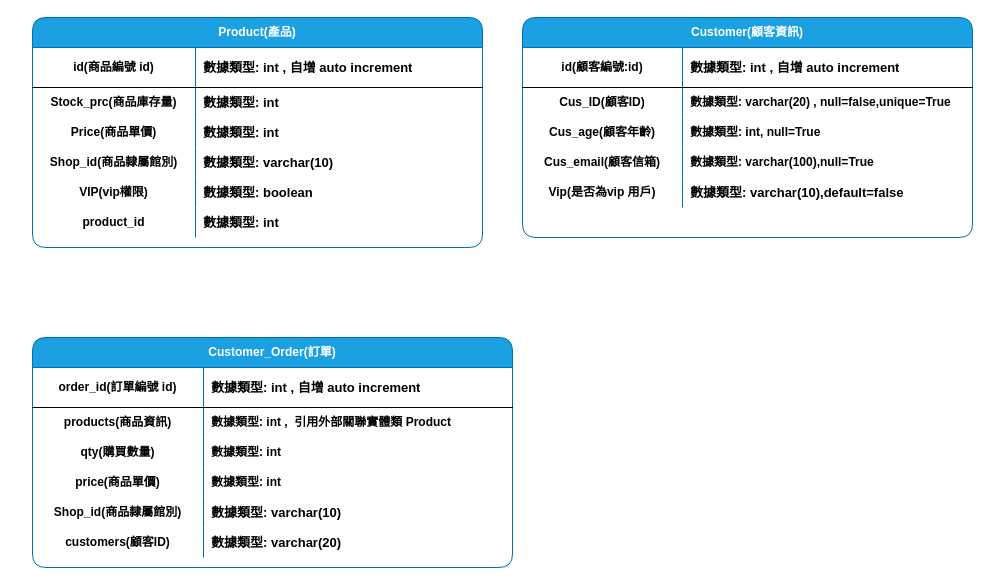
The draw.io diagram Product_Ur/Product_info/product_table.drawio in Allenhsu8768/Django-Ur, before the edit. Source tidied: cells renumbered, new cells numbered last; positions are measured from the earlier drawing's top-left corner, leaving out a move shared by most shapes. Both pictures are drawn from the tidied source at 100%, with x=0, y=0 at pixel (32, 17).
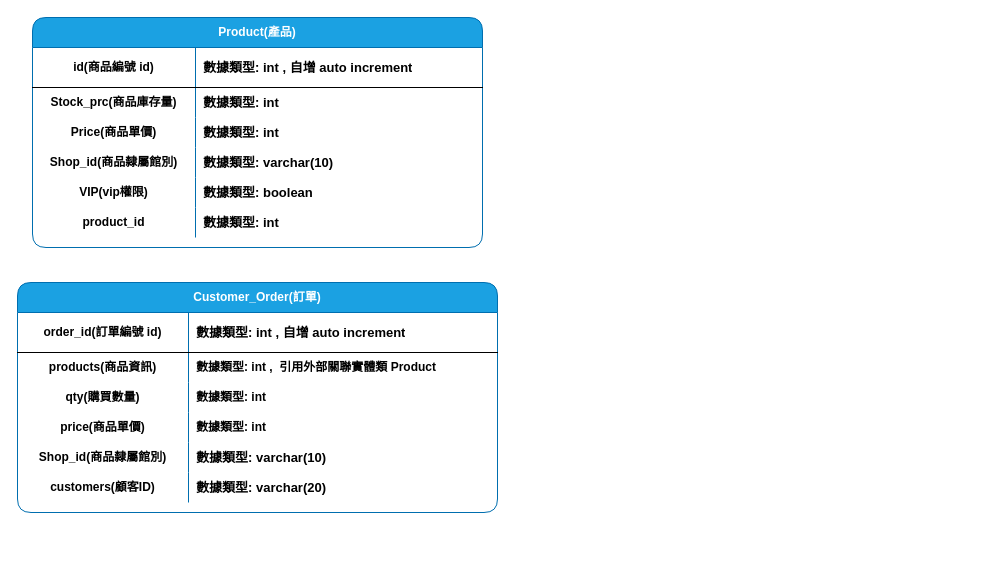
After the change.

What changed in the source:
```diff
@@
     <mxCell id="21" value="Customer_Order(訂單)" style="shape=table;html=1;whiteSpace=wrap;startSize=30;childLayout=tableLayout;rowLines=0;fontStyle=1;align=center;rounded=1;fillColor=#1ba1e2;strokeColor=#006EAF;fontColor=#ffffff;" parent="1" vertex="1">
-      <mxGeometry y="320" width="480" height="230" as="geometry" />
+      <mxGeometry x="-15" y="265" width="480" height="230" as="geometry" />
     </mxCell>
@@
-    <mxCell id="40" value="Customer(顧客資訊)" style="shape=table;html=1;whiteSpace=wrap;startSize=30;childLayout=tableLayout;rowLines=0;fontStyle=1;align=center;rounded=1;fillColor=#1ba1e2;strokeColor=#006EAF;fontColor=#ffffff;" parent="1" vertex="1">
-      <mxGeometry x="490" width="450" height="220" as="geometry" />
-    </mxCell>
-    <mxCell id="41" style="shape=partialRectangle;html=1;whiteSpace=wrap;fillColor=none;top=0;left=0;bottom=1;right=0;" parent="40" vertex="1">
-      <mxGeometry y="30" width="450" height="40" as="geometry" />
-    </mxCell>
-    <mxCell id="42" value="&lt;b&gt;id(顧客編號:id)&lt;/b&gt;" style="shape=partialRectangle;html=1;whiteSpace=wrap;fillColor=none;top=0;left=0;bottom=0;right=0;overflow=hidden;" parent="41" vertex="1">
-      <mxGeometry width="160" height="40" as="geometry" />
-    </mxCell>
-    <mxCell id="43" value="&lt;b&gt;&lt;font style=&quot;font-size: 13px&quot;&gt;數據類型: int , 自增 auto increment&lt;/font&gt;&lt;/b&gt;" style="shape=partialRectangle;html=1;whiteSpace=wrap;fillColor=none;top=0;left=0;bottom=0;right=0;align=left;spacingLeft=6;overflow=hidden;" parent="41" vertex="1">
-      <mxGeometry x="160" width="290" height="40" as="geometry" />
-    </mxCell>
-    <mxCell id="44" style="shape=partialRectangle;html=1;whiteSpace=wrap;fillColor=none;top=0;left=0;bottom=0;right=0;" parent="40" vertex="1">
-      <mxGeometry y="70" width="450" height="30" as="geometry" />
-    </mxCell>
-    <mxCell id="45" value="&lt;b&gt;Cus_ID(顧客ID)&lt;/b&gt;" style="shape=partialRectangle;html=1;whiteSpace=wrap;fillColor=none;top=0;left=0;bottom=0;right=0;overflow=hidden;" parent="44" vertex="1">
-      <mxGeometry width="160" height="30" as="geometry" />
-    </mxCell>
-    <mxCell id="46" value="&lt;b&gt;數據類型: varchar(20) , null=false,unique=True&lt;/b&gt;" style="shape=partialRectangle;html=1;whiteSpace=wrap;fillColor=none;top=0;left=0;bottom=0;right=0;align=left;spacingLeft=6;overflow=hidden;" parent="44" vertex="1">
-      <mxGeometry x="160" width="290" height="30" as="geometry" />
-    </mxCell>
-    <mxCell id="47" style="shape=partialRectangle;html=1;whiteSpace=wrap;fillColor=none;top=0;left=0;bottom=0;right=0;" parent="40" vertex="1">
-      <mxGeometry y="100" width="450" height="30" as="geometry" />
-    </mxCell>
-    <mxCell id="48" value="&lt;b&gt;Cus_age(顧客年齡)&lt;/b&gt;" style="shape=partialRectangle;html=1;whiteSpace=wrap;fillColor=none;top=0;left=0;bottom=0;right=0;overflow=hidden;" parent="47" vertex="1">
-      <mxGeometry width="160" height="30" as="geometry" />
-    </mxCell>
-    <mxCell id="49" value="&lt;b&gt;數據類型: int, null=True&lt;/b&gt;" style="shape=partialRectangle;html=1;whiteSpace=wrap;fillColor=none;top=0;left=0;bottom=0;right=0;align=left;spacingLeft=6;overflow=hidden;" parent="47" vertex="1">
-      <mxGeometry x="160" width="290" height="30" as="geometry" />
-    </mxCell>
-    <mxCell id="50" style="shape=partialRectangle;html=1;whiteSpace=wrap;fillColor=none;top=0;left=0;bottom=0;right=0;" parent="40" vertex="1">
-      <mxGeometry y="130" width="450" height="30" as="geometry" />
-    </mxCell>
-    <mxCell id="51" value="&lt;b&gt;Cus_email(顧客信箱)&lt;/b&gt;" style="shape=partialRectangle;html=1;whiteSpace=wrap;fillColor=none;top=0;left=0;bottom=0;right=0;overflow=hidden;" parent="50" vertex="1">
-      <mxGeometry width="160" height="30" as="geometry" />
-    </mxCell>
-    <mxCell id="52" value="&lt;b&gt;數據類型: varchar(100),null=True&lt;/b&gt;" style="shape=partialRectangle;html=1;whiteSpace=wrap;fillColor=none;top=0;left=0;bottom=0;right=0;align=left;spacingLeft=6;overflow=hidden;" parent="50" vertex="1">
-      <mxGeometry x="160" width="290" height="30" as="geometry" />
-    </mxCell>
-    <mxCell id="53" style="shape=partialRectangle;html=1;whiteSpace=wrap;fillColor=none;top=0;left=0;bottom=0;right=0;" parent="40" vertex="1">
-      <mxGeometry y="160" width="450" height="30" as="geometry" />
-    </mxCell>
-    <mxCell id="54" value="&lt;b&gt;Vip(是否為vip 用戶)&lt;/b&gt;" style="shape=partialRectangle;html=1;whiteSpace=wrap;fillColor=none;top=0;left=0;bottom=0;right=0;overflow=hidden;" parent="53" vertex="1">
-      <mxGeometry width="160" height="30" as="geometry" />
-    </mxCell>
-    <mxCell id="55" value="&lt;b&gt;&lt;font style=&quot;font-size: 13px&quot;&gt;數據類型: varchar(10),default=false&lt;/font&gt;&lt;/b&gt;" style="shape=partialRectangle;html=1;whiteSpace=wrap;fillColor=none;top=0;left=0;bottom=0;right=0;align=left;spacingLeft=6;overflow=hidden;" parent="53" vertex="1">
-      <mxGeometry x="160" width="290" height="30" as="geometry" />
-    </mxCell>
```
